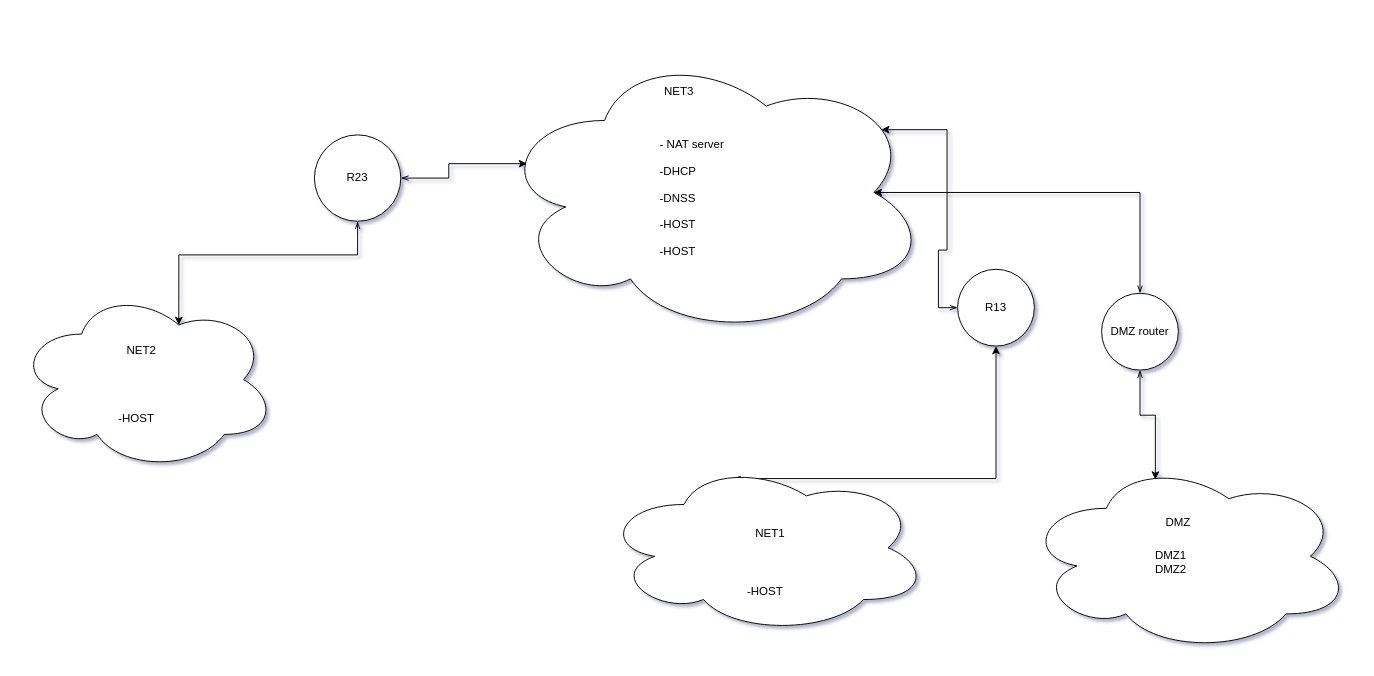
spspider/TestRepository keeps this draw.io diagram as task5_network.drawio. Above is the earlier version. Source tidied: cells renumbered, new cells numbered last; positions are measured from the earlier drawing's top-left corner, leaving out a move shared by most shapes. Both pictures are drawn from the tidied source at 96%, with x=0, y=0 at pixel (16, 48).
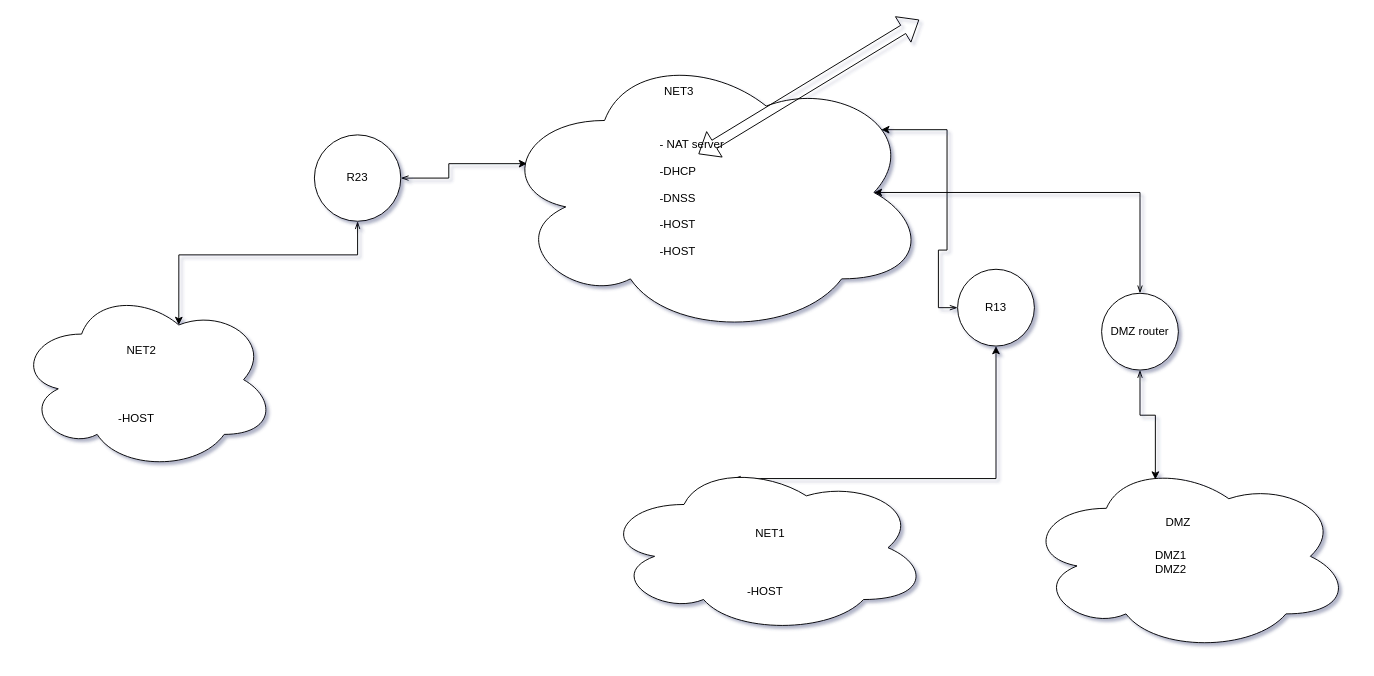
The same page after the edit.

Diff of the diagram source:
```diff
@@
+    <mxCell id="24" style="shape=flexArrow;endArrow=classic;startArrow=classic;html=1;rounded=0;" parent="1" edge="1">
+      <mxGeometry relative="1" as="geometry">
+        <mxPoint x="710" y="110" as="sourcePoint" />
+        <mxPoint x="940" y="-30" as="targetPoint" />
+      </mxGeometry>
+    </mxCell>
```
